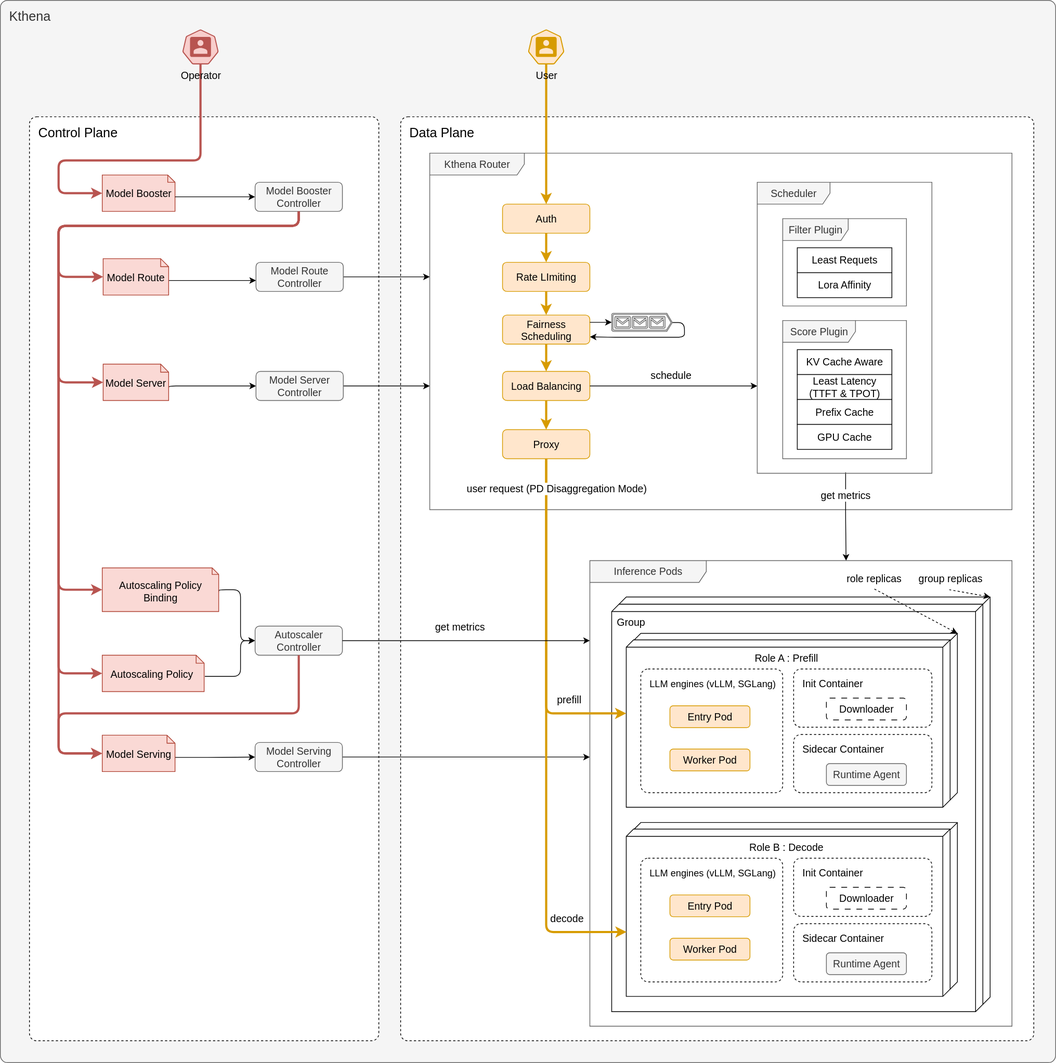
matrixinfer-ai/kthena keeps this draw.io diagram as docs/kthena/static/img/diagrams/architecture/architecture_overview.svg. Above is the earlier version. Source tidied: cells renumbered, new cells last; positions are measured from the earlier drawing's top-left corner, leaving out a move shared by most shapes.
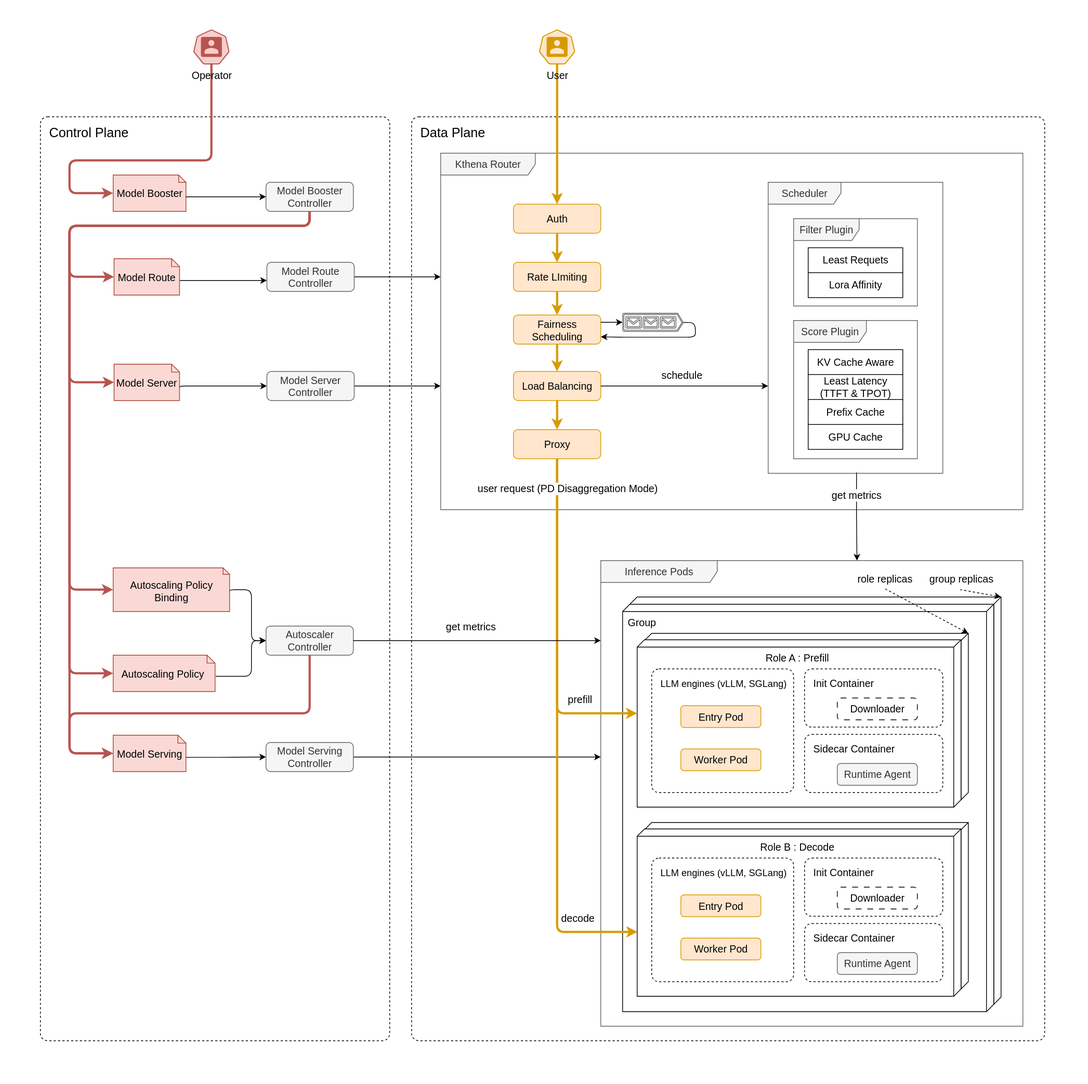
The same file after the commit.

Change to the diagram source:
```diff
@@ -2,9 +2,9 @@
   <root>
     <mxCell id="0" />
     <mxCell id="1" parent="0" />
-    <mxCell id="2" value="&lt;font style=&quot;font-size: 18px;&quot;&gt;Kthena&lt;/font&gt;" style="rounded=1;absoluteArcSize=1;arcSize=20;html=1;verticalAlign=top;align=left;spacingTop=5;spacingLeft=10;whiteSpace=wrap;fontSize=14;fillStyle=solid;fillColor=#f5f5f5;fontColor=#333333;strokeColor=#666666;" parent="1" vertex="1">
-      <mxGeometry width="1450" height="1460" as="geometry" />
-    </mxCell>
+    <mxCell id="96" style="rounded=0;whiteSpace=wrap;html=1;fillColor=none;strokeColor=none;" parent="1" vertex="1">
+      <mxGeometry x="-15" width="1495" height="1490" as="geometry" />
+    </mxCell>
     <mxCell id="3" value="&lt;font style=&quot;font-size: 18px;&quot;&gt;Data Plane&lt;/font&gt;" style="dashed=1;rounded=1;absoluteArcSize=1;arcSize=20;html=1;verticalAlign=top;align=left;spacingTop=5;spacingLeft=10;whiteSpace=wrap;fontSize=14;" parent="1" vertex="1">
       <mxGeometry x="550" y="160" width="870" height="1270" as="geometry" />
     </mxCell>
```
